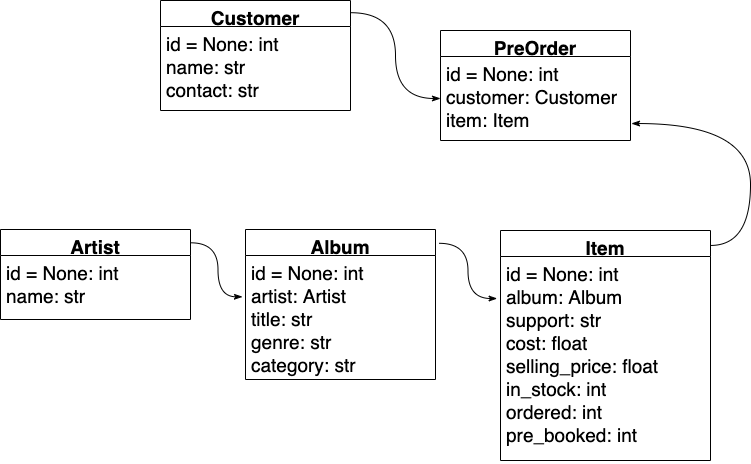
StBinando/week_05-personal_project keeps this draw.io diagram as diagrams/class_diagram.png. Above is the earlier version. Source tidied: cells renumbered, new cells last; positions are measured from the earlier drawing's top-left corner, leaving out a move shared by most shapes.
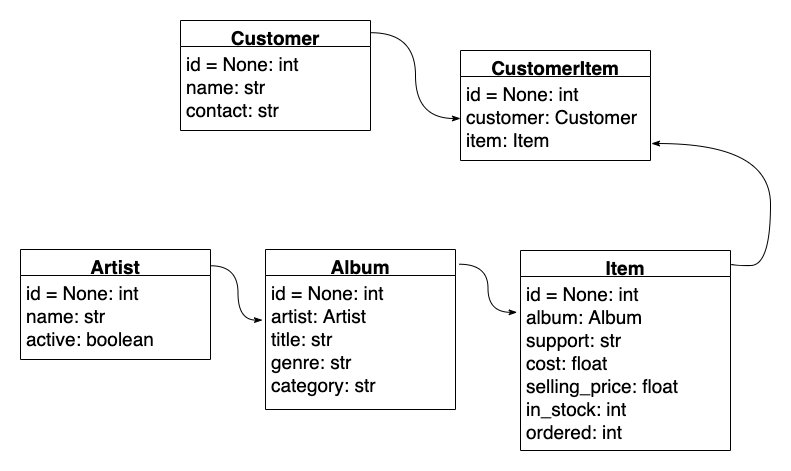
Later version of the same file.

Change to the diagram source:
```diff
@@ -2,17 +2,20 @@
   <root>
     <mxCell id="0" />
     <mxCell id="1" parent="0" />
+    <mxCell id="16" style="rounded=0;whiteSpace=wrap;html=1;strokeColor=none;" parent="1" vertex="1">
+      <mxGeometry x="-20" y="-20" width="790" height="470" as="geometry" />
+    </mxCell>
     <mxCell id="2" value="Artist" style="swimlane;fontStyle=1;align=center;verticalAlign=top;horizontal=1;startSize=26;fontSize=19;" parent="1" vertex="1">
-      <mxGeometry y="229" width="190" height="90" as="geometry" />
+      <mxGeometry y="229" width="190" height="110" as="geometry" />
     </mxCell>
-    <mxCell id="3" value="id = None: int&#10;name: str" style="text;strokeColor=none;fillColor=none;align=left;verticalAlign=top;spacingLeft=4;spacingRight=4;overflow=hidden;fontSize=19;" parent="2" vertex="1">
-      <mxGeometry y="26" width="190" height="64" as="geometry" />
+    <mxCell id="3" value="id = None: int&#10;name: str&#10;active: boolean" style="text;strokeColor=none;fillColor=none;align=left;verticalAlign=top;spacingLeft=4;spacingRight=4;overflow=hidden;fontSize=19;" parent="2" vertex="1">
+      <mxGeometry y="26" width="190" height="84" as="geometry" />
     </mxCell>
     <mxCell id="4" value="Album" style="swimlane;fontStyle=1;align=center;verticalAlign=top;horizontal=1;startSize=26;fontSize=19;" parent="1" vertex="1">
-      <mxGeometry x="245" y="229" width="190" height="150" as="geometry" />
+      <mxGeometry x="245" y="229" width="190" height="160" as="geometry" />
     </mxCell>
     <mxCell id="5" value="id = None: int&#10;artist: Artist&#10;title: str&#10;genre: str&#10;category: str" style="text;strokeColor=none;fillColor=none;align=left;verticalAlign=top;spacingLeft=4;spacingRight=4;overflow=hidden;points=[[0,0.5],[1,0.5]];portConstraint=eastwest;fontSize=19;" parent="4" vertex="1">
-      <mxGeometry y="26" width="190" height="124" as="geometry" />
+      <mxGeometry y="26" width="190" height="134" as="geometry" />
     </mxCell>
     <mxCell id="6" value="Customer" style="swimlane;fontStyle=1;align=center;verticalAlign=top;horizontal=1;startSize=26;fontSize=19;" parent="1" vertex="1">
       <mxGeometry x="160" width="190" height="110" as="geometry" />
@@ -20,17 +23,17 @@
     <mxCell id="7" value="id = None: int&#10;name: str&#10;contact: str" style="text;strokeColor=none;fillColor=none;align=left;verticalAlign=top;spacingLeft=4;spacingRight=4;overflow=hidden;fontSize=19;" parent="6" vertex="1">
       <mxGeometry y="26" width="190" height="84" as="geometry" />
     </mxCell>
-    <mxCell id="8" value="PreOrder" style="swimlane;fontStyle=1;align=center;verticalAlign=top;horizontal=1;startSize=26;fontSize=19;" parent="1" vertex="1">
+    <mxCell id="8" value="CustomerItem" style="swimlane;fontStyle=1;align=center;verticalAlign=top;horizontal=1;startSize=26;fontSize=19;" parent="1" vertex="1">
       <mxGeometry x="440" y="30" width="190" height="110" as="geometry" />
     </mxCell>
     <mxCell id="9" value="id = None: int&#10;customer: Customer&#10;item: Item" style="text;strokeColor=none;fillColor=none;align=left;verticalAlign=top;spacingLeft=4;spacingRight=4;overflow=hidden;points=[[0,0.5],[1,0.5]];portConstraint=eastwest;fontSize=19;" parent="8" vertex="1">
       <mxGeometry y="26" width="190" height="84" as="geometry" />
     </mxCell>
     <mxCell id="10" value="Item" style="swimlane;fontStyle=1;align=center;verticalAlign=top;horizontal=1;startSize=26;fontSize=19;" parent="1" vertex="1">
-      <mxGeometry x="500" y="230" width="210" height="230" as="geometry" />
+      <mxGeometry x="500" y="230" width="210" height="200" as="geometry" />
     </mxCell>
-    <mxCell id="11" value="id = None: int&#10;album: Album&#10;support: str&#10;cost: float&#10;selling_price: float&#10;in_stock: int&#10;ordered: int&#10;pre_booked: int" style="text;strokeColor=none;fillColor=none;align=left;verticalAlign=top;spacingLeft=4;spacingRight=4;overflow=hidden;points=[[0,0.5],[1,0.5]];portConstraint=eastwest;fontSize=19;" parent="10" vertex="1">
-      <mxGeometry y="26" width="210" height="204" as="geometry" />
+    <mxCell id="11" value="id = None: int&#10;album: Album&#10;support: str&#10;cost: float&#10;selling_price: float&#10;in_stock: int&#10;ordered: int" style="text;strokeColor=none;fillColor=none;align=left;verticalAlign=top;spacingLeft=4;spacingRight=4;overflow=hidden;points=[[0,0.5],[1,0.5]];portConstraint=eastwest;fontSize=19;" parent="10" vertex="1">
+      <mxGeometry y="26" width="210" height="174" as="geometry" />
     </mxCell>
     <mxCell id="12" style="edgeStyle=orthogonalEdgeStyle;curved=1;rounded=0;jettySize=auto;html=1;exitX=1.002;exitY=0.148;exitDx=0;exitDy=0;entryX=-0.016;entryY=0.333;entryDx=0;entryDy=0;entryPerimeter=0;fontSize=19;startArrow=none;startFill=0;endArrow=classicThin;endFill=1;exitPerimeter=0;" parent="1" edge="1" source="2" target="5">
       <mxGeometry relative="1" as="geometry" />
```
